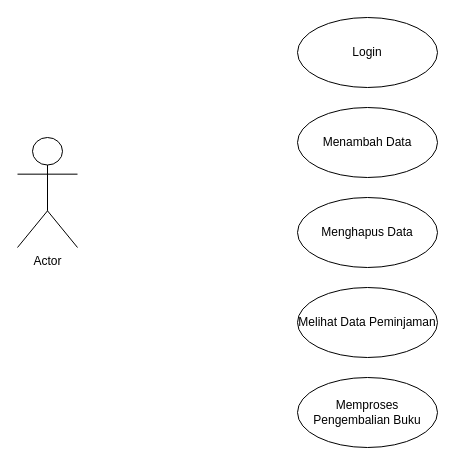
This is tugaspertama.drawio from VaLSpp/belajar-nuxt.js, a draw.io file, before an edit. Source tidied: cells renumbered, new cells numbered last; positions are measured from the earlier drawing's top-left corner, leaving out a move shared by most shapes. Both pictures are drawn from the tidied source at 100%, with x=0, y=0 at pixel (17, 17).
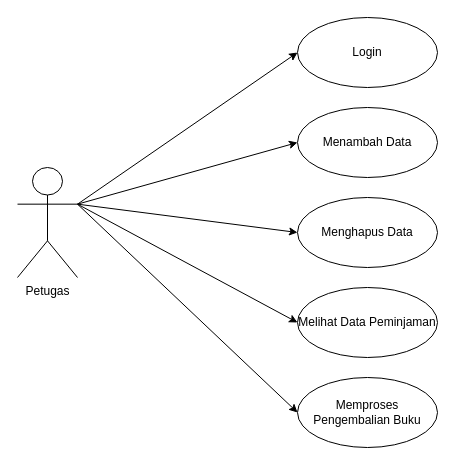
After the change.

What changed in the source:
```diff
@@
 <mxGraphModel>
   <root>
     <mxCell id="0" />
     <mxCell id="1" parent="0" />
+    <mxCell id="8" style="edgeStyle=none;rounded=0;jettySize=auto;html=1;exitX=1;exitY=0.3333333333333333;exitDx=0;exitDy=0;exitPerimeter=0;entryX=0;entryY=0.5;entryDx=0;entryDy=0;" parent="1" edge="1" source="2" target="3">
+      <mxGeometry relative="1" as="geometry" />
+    </mxCell>
+    <mxCell id="9" style="edgeStyle=none;rounded=0;jettySize=auto;html=1;exitX=1;exitY=0.3333333333333333;exitDx=0;exitDy=0;exitPerimeter=0;entryX=0;entryY=0.5;entryDx=0;entryDy=0;" parent="1" edge="1" source="2" target="4">
+      <mxGeometry relative="1" as="geometry" />
+    </mxCell>
+    <mxCell id="10" style="edgeStyle=none;rounded=0;jettySize=auto;html=1;exitX=1;exitY=0.3333333333333333;exitDx=0;exitDy=0;exitPerimeter=0;entryX=0;entryY=0.5;entryDx=0;entryDy=0;" parent="1" edge="1" source="2" target="5">
+      <mxGeometry relative="1" as="geometry" />
+    </mxCell>
-    <mxCell id="2" value="Actor" style="shape=umlActor;verticalLabelPosition=bottom;verticalAlign=top;html=1;outlineConnect=0;" parent="1" vertex="1">
-      <mxGeometry y="120" width="60" height="110" as="geometry" />
+    <mxCell id="2" value="Petugas" style="shape=umlActor;verticalLabelPosition=bottom;verticalAlign=top;html=1;outlineConnect=0;" parent="1" vertex="1">
+      <mxGeometry y="150" width="60" height="110" as="geometry" />
     </mxCell>
     <mxCell id="3" value="Login" style="ellipse;whiteSpace=wrap;html=1;" parent="1" vertex="1">
       <mxGeometry x="280" width="140" height="70" as="geometry" />
     </mxCell>
     <mxCell id="4" value="Menambah Data" style="ellipse;whiteSpace=wrap;html=1;" parent="1" vertex="1">
       <mxGeometry x="280" y="90" width="140" height="70" as="geometry" />
     </mxCell>
     <mxCell id="5" value="Menghapus Data" style="ellipse;whiteSpace=wrap;html=1;" parent="1" vertex="1">
       <mxGeometry x="280" y="180" width="140" height="70" as="geometry" />
     </mxCell>
     <mxCell id="6" value="Melihat Data Peminjaman" style="ellipse;whiteSpace=wrap;html=1;" parent="1" vertex="1">
       <mxGeometry x="280" y="270" width="140" height="70" as="geometry" />
     </mxCell>
     <mxCell id="7" value="Memproses Pengembalian Buku" style="ellipse;whiteSpace=wrap;html=1;" parent="1" vertex="1">
       <mxGeometry x="280" y="360" width="140" height="70" as="geometry" />
     </mxCell>
+    <mxCell id="11" style="edgeStyle=none;rounded=0;jettySize=auto;html=1;exitX=1;exitY=0.3333333333333333;exitDx=0;exitDy=0;exitPerimeter=0;entryX=0;entryY=0.5;entryDx=0;entryDy=0;" parent="1" edge="1" source="2" target="6">
+      <mxGeometry relative="1" as="geometry" />
+    </mxCell>
+    <mxCell id="12" style="edgeStyle=none;rounded=0;jettySize=auto;html=1;exitX=1;exitY=0.3333333333333333;exitDx=0;exitDy=0;exitPerimeter=0;entryX=0;entryY=0.5;entryDx=0;entryDy=0;" parent="1" edge="1" source="2" target="7">
+      <mxGeometry relative="1" as="geometry" />
+    </mxCell>
   </root>
 </mxGraphModel>
```
